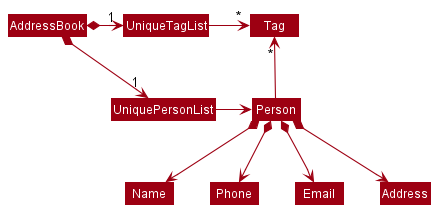
Above: docs/images/BetterModelClassDiagram.png in nus-cs2103-AY2223S2/tp (PlantUML), before the change.
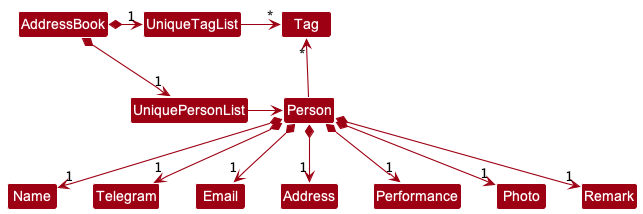
The same file after the commit.

Diff of the diagram source:
```diff
@@ -14,8 +14,11 @@
 
 Person -up-> "*" Tag
 
-Person *--> Name
-Person *--> Phone
-Person *--> Email
-Person *--> Address
+Person *--> "1" Name
+Person *--> "1" Telegram
+Person *--> "1" Email
+Person *--> "1" Address
+Person *--> "1" Performance
+Person *--> "1" Photo
+Person *--> "1" Remark
 @enduml
```
